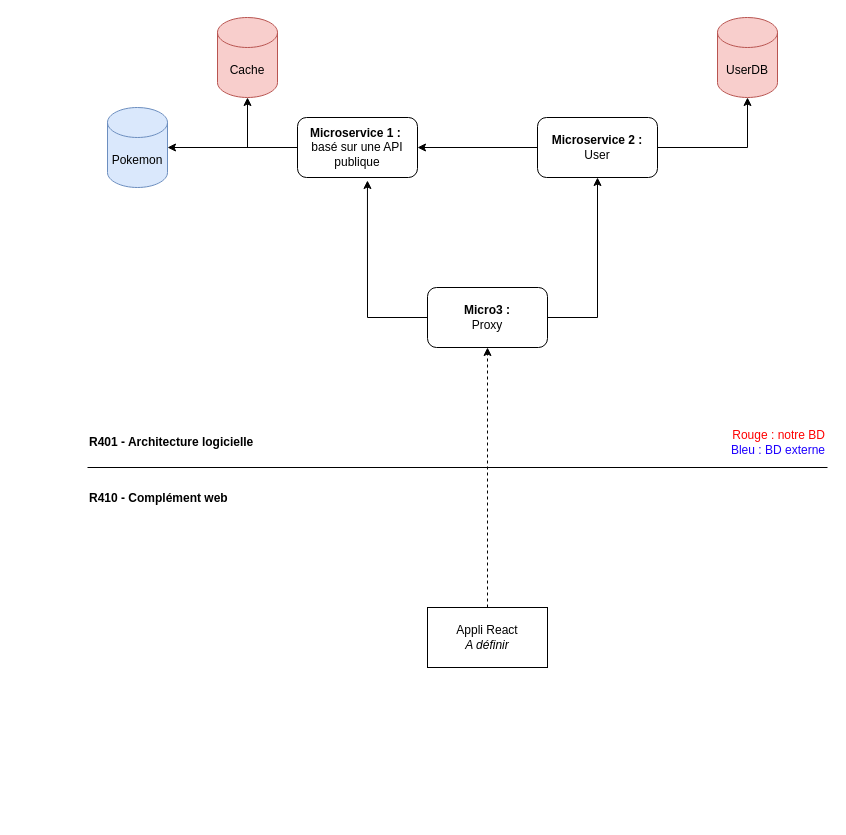
Above: commun/Architecture-globale.drawio in PolLamothe/Pokapi (draw.io), before the change. Source tidied: cells renumbered, new cells numbered last; positions are measured from the earlier drawing's top-left corner, leaving out a move shared by most shapes. Both pictures are drawn from the tidied source at 100%, with x=0, y=0 at pixel (87, 17).
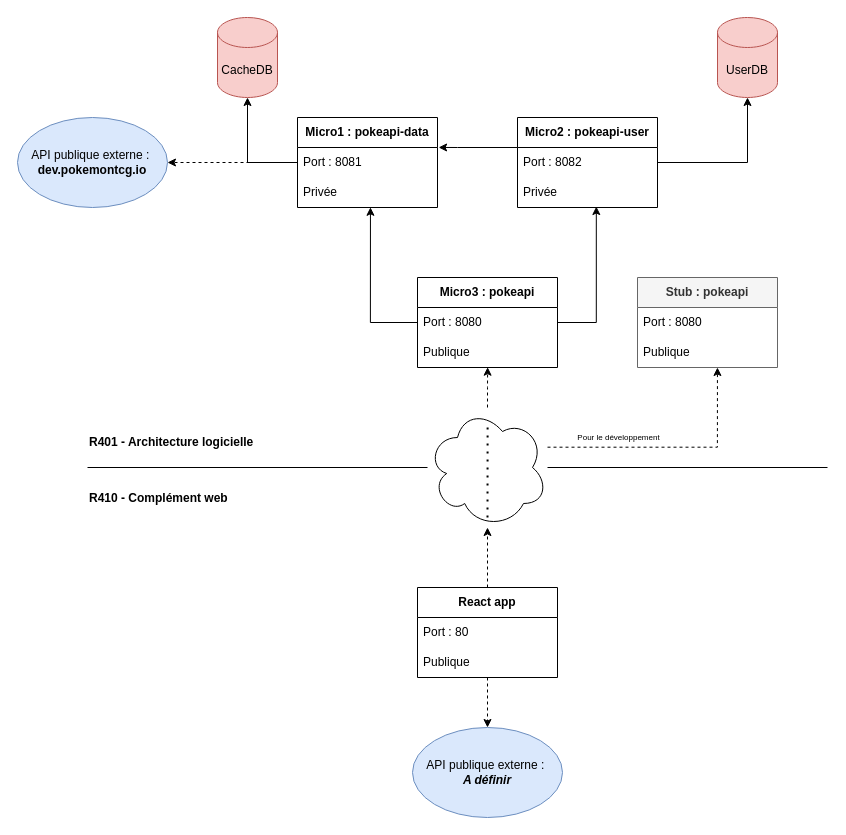
The same page after the edit.

Unchanged cells that the change refers to:
```xml
<mxCell id="14" value="UserDB" style="shape=cylinder3;whiteSpace=wrap;html=1;boundedLbl=1;backgroundOutline=1;size=15;fillColor=#f8cecc;strokeColor=#b85450;" parent="1" vertex="1">
  <mxGeometry x="630" width="60" height="80" as="geometry" />
</mxCell>
```

Change to the diagram source:
```diff
@@
-    <mxCell id="2" value="Pokemon" style="shape=cylinder3;whiteSpace=wrap;html=1;boundedLbl=1;backgroundOutline=1;size=15;fillColor=#dae8fc;strokeColor=#6c8ebf;" parent="1" vertex="1">
-      <mxGeometry x="20" y="90" width="60" height="80" as="geometry" />
-    </mxCell>
-    <mxCell id="3" style="edgeStyle=orthogonalEdgeStyle;rounded=0;jettySize=auto;html=1;" parent="1" edge="1" source="4" target="16">
-      <mxGeometry relative="1" as="geometry" />
-    </mxCell>
-    <mxCell id="4" value="&lt;b&gt;Microservice 1 :&amp;nbsp;&lt;br&gt;&lt;/b&gt;basé sur une API publique" style="rounded=1;whiteSpace=wrap;html=1;" parent="1" vertex="1">
-      <mxGeometry x="210" y="100" width="120" height="60" as="geometry" />
-    </mxCell>
-    <mxCell id="5" style="edgeStyle=orthogonalEdgeStyle;rounded=0;jettySize=auto;html=1;entryX=1;entryY=0.5;entryDx=0;entryDy=0;entryPerimeter=0;" parent="1" edge="1" source="4" target="2">
-      <mxGeometry relative="1" as="geometry" />
-    </mxCell>
-    <mxCell id="6" style="edgeStyle=orthogonalEdgeStyle;rounded=0;jettySize=auto;html=1;" parent="1" edge="1" source="7" target="4">
-      <mxGeometry relative="1" as="geometry" />
-    </mxCell>
-    <mxCell id="7" value="&lt;b&gt;Microservice 2 : &lt;br&gt;&lt;/b&gt;User" style="rounded=1;whiteSpace=wrap;html=1;" parent="1" vertex="1">
-      <mxGeometry x="450" y="100" width="120" height="60" as="geometry" />
-    </mxCell>
-    <mxCell id="8" style="edgeStyle=orthogonalEdgeStyle;rounded=0;jettySize=auto;html=1;" parent="1" edge="1" source="9" target="7">
-      <mxGeometry relative="1" as="geometry">
-        <Array as="points">
-          <mxPoint x="510" y="300" />
-        </Array>
-      </mxGeometry>
-    </mxCell>
-    <mxCell id="9" value="&lt;b&gt;Micro3 : &lt;br&gt;&lt;/b&gt;Proxy" style="rounded=1;whiteSpace=wrap;html=1;" parent="1" vertex="1">
-      <mxGeometry x="340" y="270" width="120" height="60" as="geometry" />
-    </mxCell>
-    <mxCell id="10" style="edgeStyle=orthogonalEdgeStyle;rounded=0;jettySize=auto;html=1;entryX=0.583;entryY=1.05;entryDx=0;entryDy=0;entryPerimeter=0;" parent="1" edge="1" source="9" target="4">
-      <mxGeometry relative="1" as="geometry" />
-    </mxCell>
-    <mxCell id="11" style="endArrow=none;html=1;rounded=0;" parent="1" edge="1">
+    <mxCell id="11" style="endArrow=none;html=1;rounded=0;" parent="1" edge="1" source="37">
       <mxGeometry relative="1" as="geometry">
-        <mxPoint y="450" as="sourcePoint" />
         <mxPoint x="740" y="450" as="targetPoint" />
       </mxGeometry>
     </mxCell>
-    <mxCell id="12" style="edgeStyle=orthogonalEdgeStyle;rounded=0;jettySize=auto;html=1;entryX=0.5;entryY=1;entryDx=0;entryDy=0;dashed=1;" parent="1" edge="1" source="13" target="9">
-      <mxGeometry relative="1" as="geometry" />
-    </mxCell>
-    <mxCell id="13" value="Appli React&lt;br&gt;&lt;i&gt;A définir&lt;/i&gt;" style="rounded=0;whiteSpace=wrap;html=1;" parent="1" vertex="1">
-      <mxGeometry x="340" y="590" width="120" height="60" as="geometry" />
-    </mxCell>
@@
-    <mxCell id="15" style="edgeStyle=orthogonalEdgeStyle;rounded=0;jettySize=auto;html=1;entryX=0.5;entryY=1;entryDx=0;entryDy=0;entryPerimeter=0;" parent="1" edge="1" source="7" target="14">
-      <mxGeometry relative="1" as="geometry" />
-    </mxCell>
-    <mxCell id="16" value="Cache" style="shape=cylinder3;whiteSpace=wrap;html=1;boundedLbl=1;backgroundOutline=1;size=15;fillColor=#f8cecc;strokeColor=#b85450;" parent="1" vertex="1">
+    <mxCell id="16" value="CacheDB" style="shape=cylinder3;whiteSpace=wrap;html=1;boundedLbl=1;backgroundOutline=1;size=15;fillColor=#f8cecc;strokeColor=#b85450;" parent="1" vertex="1">
       <mxGeometry x="130" width="60" height="80" as="geometry" />
     </mxCell>
@@
-    <mxCell id="19" value="&lt;span style=&quot;font-weight: normal;&quot;&gt;&lt;font color=&quot;#ff0000&quot;&gt;Rouge : notre BD&lt;br&gt;&lt;/font&gt;&lt;font color=&quot;#1e00ff&quot;&gt;Bleu : BD externe&lt;/font&gt;&lt;br&gt;&lt;/span&gt;" style="text;html=1;strokeColor=none;fillColor=none;align=right;verticalAlign=middle;whiteSpace=wrap;rounded=0;fontStyle=1;" parent="1" vertex="1">
-      <mxGeometry x="540" y="410" width="200" height="30" as="geometry" />
-    </mxCell>
+    <mxCell id="20" value="API publique externe :&amp;nbsp;&lt;br&gt;&lt;b&gt;dev.pokemontcg.io&lt;/b&gt;" style="ellipse;whiteSpace=wrap;html=1;fillColor=#dae8fc;strokeColor=#6c8ebf;" parent="1" vertex="1">
+      <mxGeometry x="-70" y="100" width="150" height="90" as="geometry" />
+    </mxCell>
+    <mxCell id="21" style="edgeStyle=orthogonalEdgeStyle;rounded=0;jettySize=auto;html=1;dashed=1;" parent="1" edge="1" source="23" target="20">
+      <mxGeometry relative="1" as="geometry" />
+    </mxCell>
+    <mxCell id="22" style="edgeStyle=orthogonalEdgeStyle;rounded=0;jettySize=auto;html=1;" parent="1" edge="1" source="23" target="16">
+      <mxGeometry relative="1" as="geometry" />
+    </mxCell>
+    <mxCell id="23" value="&lt;b&gt;Micro1 : pokeapi-data&lt;/b&gt;" style="swimlane;fontStyle=0;horizontal=1;startSize=30;whiteSpace=wrap;html=1;" parent="1" vertex="1">
+      <mxGeometry x="210" y="100" width="140" height="90" as="geometry" />
+    </mxCell>
+    <mxCell id="24" value="Port : 8081" style="text;strokeColor=none;fillColor=none;align=left;verticalAlign=middle;spacingLeft=4;spacingRight=4;overflow=hidden;points=[[0,0.5],[1,0.5]];portConstraint=eastwest;whiteSpace=wrap;html=1;" parent="23" vertex="1">
+      <mxGeometry y="30" width="140" height="30" as="geometry" />
+    </mxCell>
+    <mxCell id="25" value="Privée" style="text;strokeColor=none;fillColor=none;align=left;verticalAlign=middle;spacingLeft=4;spacingRight=4;overflow=hidden;points=[[0,0.5],[1,0.5]];portConstraint=eastwest;whiteSpace=wrap;html=1;" parent="23" vertex="1">
+      <mxGeometry y="60" width="140" height="30" as="geometry" />
+    </mxCell>
+    <mxCell id="26" style="edgeStyle=orthogonalEdgeStyle;rounded=0;jettySize=auto;html=1;" parent="1" edge="1" source="28" target="14">
+      <mxGeometry relative="1" as="geometry" />
+    </mxCell>
+    <mxCell id="27" style="edgeStyle=orthogonalEdgeStyle;rounded=0;jettySize=auto;html=1;entryX=1.008;entryY=-0.002;entryDx=0;entryDy=0;entryPerimeter=0;" parent="1" edge="1" source="28" target="24">
+      <mxGeometry relative="1" as="geometry">
+        <Array as="points">
+          <mxPoint x="370" y="130" />
+          <mxPoint x="370" y="130" />
+        </Array>
+      </mxGeometry>
+    </mxCell>
+    <mxCell id="28" value="&lt;b&gt;Micro2 : pokeapi-user&lt;/b&gt;" style="swimlane;fontStyle=0;horizontal=1;startSize=30;whiteSpace=wrap;html=1;" parent="1" vertex="1">
+      <mxGeometry x="430" y="100" width="140" height="90" as="geometry" />
+    </mxCell>
+    <mxCell id="29" value="Port : 8082" style="text;strokeColor=none;fillColor=none;align=left;verticalAlign=middle;spacingLeft=4;spacingRight=4;overflow=hidden;whiteSpace=wrap;html=1;" parent="28" vertex="1">
+      <mxGeometry y="30" width="140" height="30" as="geometry" />
+    </mxCell>
+    <mxCell id="30" value="Privée" style="text;strokeColor=none;fillColor=none;align=left;verticalAlign=middle;spacingLeft=4;spacingRight=4;overflow=hidden;points=[[0,0.5],[1,0.5]];portConstraint=eastwest;whiteSpace=wrap;html=1;" parent="28" vertex="1">
+      <mxGeometry y="60" width="140" height="30" as="geometry" />
+    </mxCell>
+    <mxCell id="31" value="&lt;b&gt;Micro3 : pokeapi&lt;/b&gt;" style="swimlane;fontStyle=0;horizontal=1;startSize=30;whiteSpace=wrap;html=1;" parent="1" vertex="1">
+      <mxGeometry x="330" y="260" width="140" height="90" as="geometry" />
+    </mxCell>
+    <mxCell id="32" value="Port : 8080" style="text;strokeColor=none;fillColor=none;align=left;verticalAlign=middle;spacingLeft=4;spacingRight=4;overflow=hidden;whiteSpace=wrap;html=1;" parent="31" vertex="1">
+      <mxGeometry y="30" width="140" height="30" as="geometry" />
+    </mxCell>
+    <mxCell id="33" value="Publique" style="text;strokeColor=none;fillColor=none;align=left;verticalAlign=middle;spacingLeft=4;spacingRight=4;overflow=hidden;points=[[0,0.5],[1,0.5]];portConstraint=eastwest;whiteSpace=wrap;html=1;" parent="31" vertex="1">
+      <mxGeometry y="60" width="140" height="30" as="geometry" />
+    </mxCell>
+    <mxCell id="34" style="edgeStyle=orthogonalEdgeStyle;rounded=0;jettySize=auto;html=1;entryX=0.521;entryY=0.993;entryDx=0;entryDy=0;entryPerimeter=0;" parent="1" edge="1" source="31" target="25">
+      <mxGeometry relative="1" as="geometry">
+        <Array as="points">
+          <mxPoint x="283" y="305" />
+        </Array>
+      </mxGeometry>
+    </mxCell>
+    <mxCell id="35" style="edgeStyle=orthogonalEdgeStyle;rounded=0;jettySize=auto;html=1;entryX=0.563;entryY=0.967;entryDx=0;entryDy=0;entryPerimeter=0;" parent="1" edge="1" source="31" target="30">
+      <mxGeometry relative="1" as="geometry">
+        <Array as="points">
+          <mxPoint x="509" y="305" />
+        </Array>
+      </mxGeometry>
+    </mxCell>
+    <mxCell id="36" style="endArrow=none;html=1;rounded=0;" parent="1" edge="1" target="37">
+      <mxGeometry relative="1" as="geometry">
+        <mxPoint y="450" as="sourcePoint" />
+      </mxGeometry>
+    </mxCell>
+    <mxCell id="37" style="shape=cloud;whiteSpace=wrap;html=1;" parent="1" vertex="1">
+      <mxGeometry x="340" y="390" width="120" height="120" as="geometry" />
+    </mxCell>
+    <mxCell id="38" style="edgeStyle=orthogonalEdgeStyle;rounded=0;jettySize=auto;html=1;entryX=0.501;entryY=0.991;entryDx=0;entryDy=0;entryPerimeter=0;dashed=1;" parent="1" edge="1" source="37" target="33">
+      <mxGeometry relative="1" as="geometry" />
+    </mxCell>
+    <mxCell id="39" style="edgeStyle=orthogonalEdgeStyle;rounded=0;jettySize=auto;html=1;dashed=1;" parent="1" edge="1" source="41" target="37">
+      <mxGeometry relative="1" as="geometry" />
+    </mxCell>
+    <mxCell id="40" style="edgeStyle=orthogonalEdgeStyle;rounded=0;jettySize=auto;html=1;entryX=0.5;entryY=0;entryDx=0;entryDy=0;dashed=1;" parent="1" edge="1" source="41" target="45">
+      <mxGeometry relative="1" as="geometry" />
+    </mxCell>
+    <mxCell id="41" value="&lt;b&gt;React app&lt;/b&gt;" style="swimlane;fontStyle=0;horizontal=1;startSize=30;whiteSpace=wrap;html=1;" parent="1" vertex="1">
+      <mxGeometry x="330" y="570" width="140" height="90" as="geometry" />
+    </mxCell>
+    <mxCell id="42" value="Port : 80" style="text;strokeColor=none;fillColor=none;align=left;verticalAlign=middle;spacingLeft=4;spacingRight=4;overflow=hidden;whiteSpace=wrap;html=1;" parent="41" vertex="1">
+      <mxGeometry y="30" width="140" height="30" as="geometry" />
+    </mxCell>
+    <mxCell id="43" value="Publique" style="text;strokeColor=none;fillColor=none;align=left;verticalAlign=middle;spacingLeft=4;spacingRight=4;overflow=hidden;whiteSpace=wrap;html=1;" parent="41" vertex="1">
+      <mxGeometry y="60" width="140" height="30" as="geometry" />
+    </mxCell>
+    <mxCell id="44" style="endArrow=none;dashed=1;html=1;dashPattern=1 3;strokeWidth=2;rounded=0;entryX=0.501;entryY=0.133;entryDx=0;entryDy=0;entryPerimeter=0;" parent="1" edge="1" target="37">
+      <mxGeometry relative="1" as="geometry">
+        <mxPoint x="400" y="500" as="sourcePoint" />
+      </mxGeometry>
+    </mxCell>
+    <mxCell id="45" value="API publique externe :&amp;nbsp;&lt;br&gt;&lt;b&gt;&lt;i&gt;A définir&lt;/i&gt;&lt;/b&gt;" style="ellipse;whiteSpace=wrap;html=1;fillColor=#dae8fc;strokeColor=#6c8ebf;" parent="1" vertex="1">
+      <mxGeometry x="325" y="710" width="150" height="90" as="geometry" />
+    </mxCell>
+    <mxCell id="46" value="&lt;b&gt;Stub : pokeapi&lt;/b&gt;" style="swimlane;fontStyle=0;horizontal=1;startSize=30;whiteSpace=wrap;html=1;fillColor=#f5f5f5;fontColor=#333333;strokeColor=#666666;" parent="1" vertex="1">
+      <mxGeometry x="550" y="260" width="140" height="90" as="geometry" />
+    </mxCell>
+    <mxCell id="47" value="Port : 8080" style="text;strokeColor=none;fillColor=none;align=left;verticalAlign=middle;spacingLeft=4;spacingRight=4;overflow=hidden;whiteSpace=wrap;html=1;" parent="46" vertex="1">
+      <mxGeometry y="30" width="140" height="30" as="geometry" />
+    </mxCell>
+    <mxCell id="48" value="Publique" style="text;strokeColor=none;fillColor=none;align=left;verticalAlign=middle;spacingLeft=4;spacingRight=4;overflow=hidden;points=[[0,0.5],[1,0.5]];portConstraint=eastwest;whiteSpace=wrap;html=1;" parent="46" vertex="1">
+      <mxGeometry y="60" width="140" height="30" as="geometry" />
+    </mxCell>
+    <mxCell id="49" style="edgeStyle=orthogonalEdgeStyle;rounded=0;jettySize=auto;html=1;entryX=0.571;entryY=1;entryDx=0;entryDy=0;entryPerimeter=0;dashed=1;" parent="1" edge="1" target="48">
+      <mxGeometry relative="1" as="geometry">
+        <mxPoint x="460" y="429.7" as="sourcePoint" />
+        <Array as="points">
+          <mxPoint x="630" y="430" />
+        </Array>
+      </mxGeometry>
+    </mxCell>
+    <mxCell id="50" value="Pour le développement" style="edgeLabel;html=1;align=center;verticalAlign=middle;fontSize=8;" parent="49" vertex="1">
+      <mxGeometry x="-0.07" y="-2" relative="1" as="geometry">
+        <mxPoint x="-46" y="-12" as="offset" />
+      </mxGeometry>
+    </mxCell>
```
